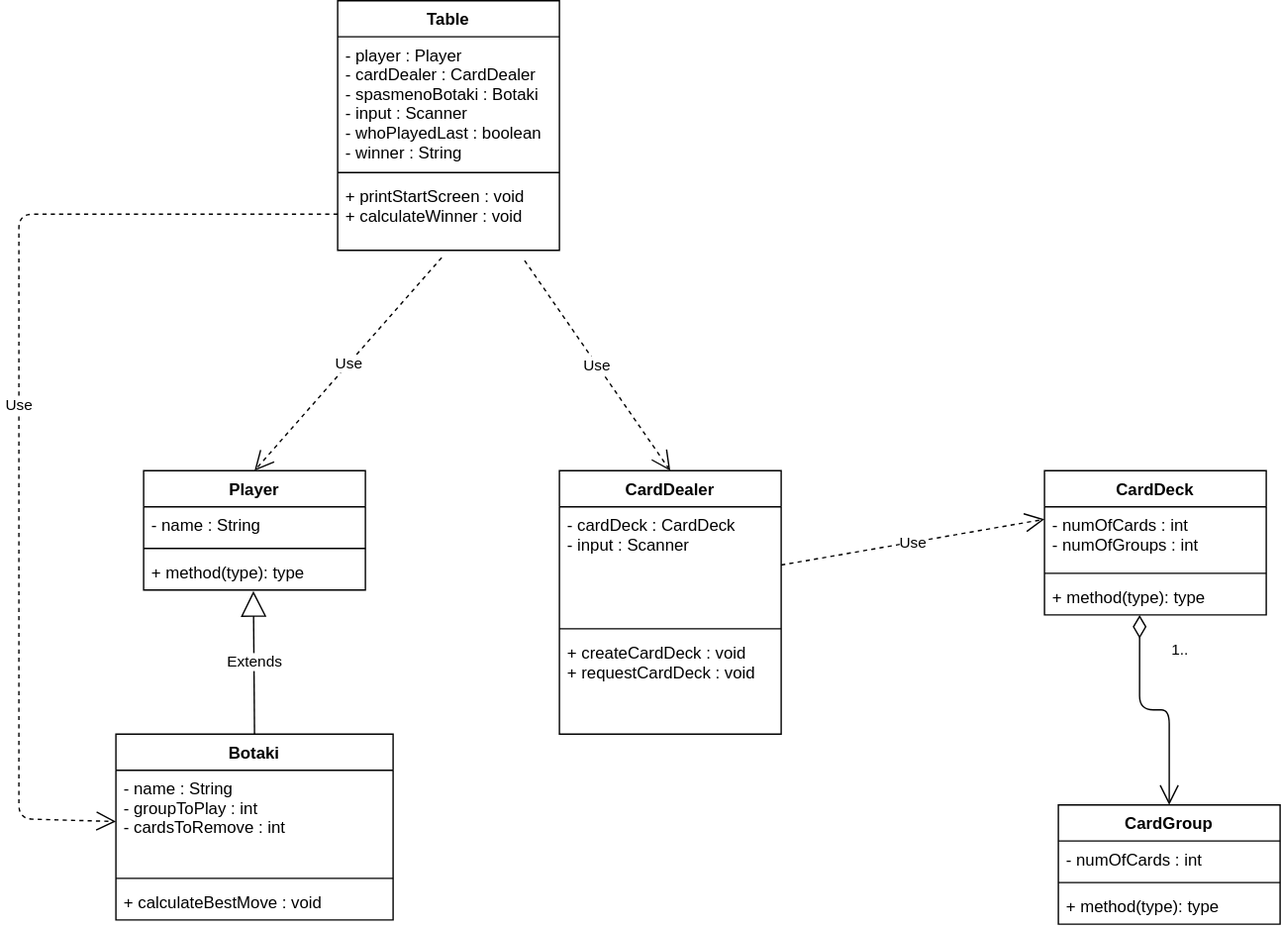
This is ask2/ask2.drawio.svg from philipAthanasopoulos/Card-io, a draw.io export, as it was before one commit. Source tidied: cells renumbered, new cells last; positions are measured from the earlier drawing's top-left corner, leaving out a move shared by most shapes.
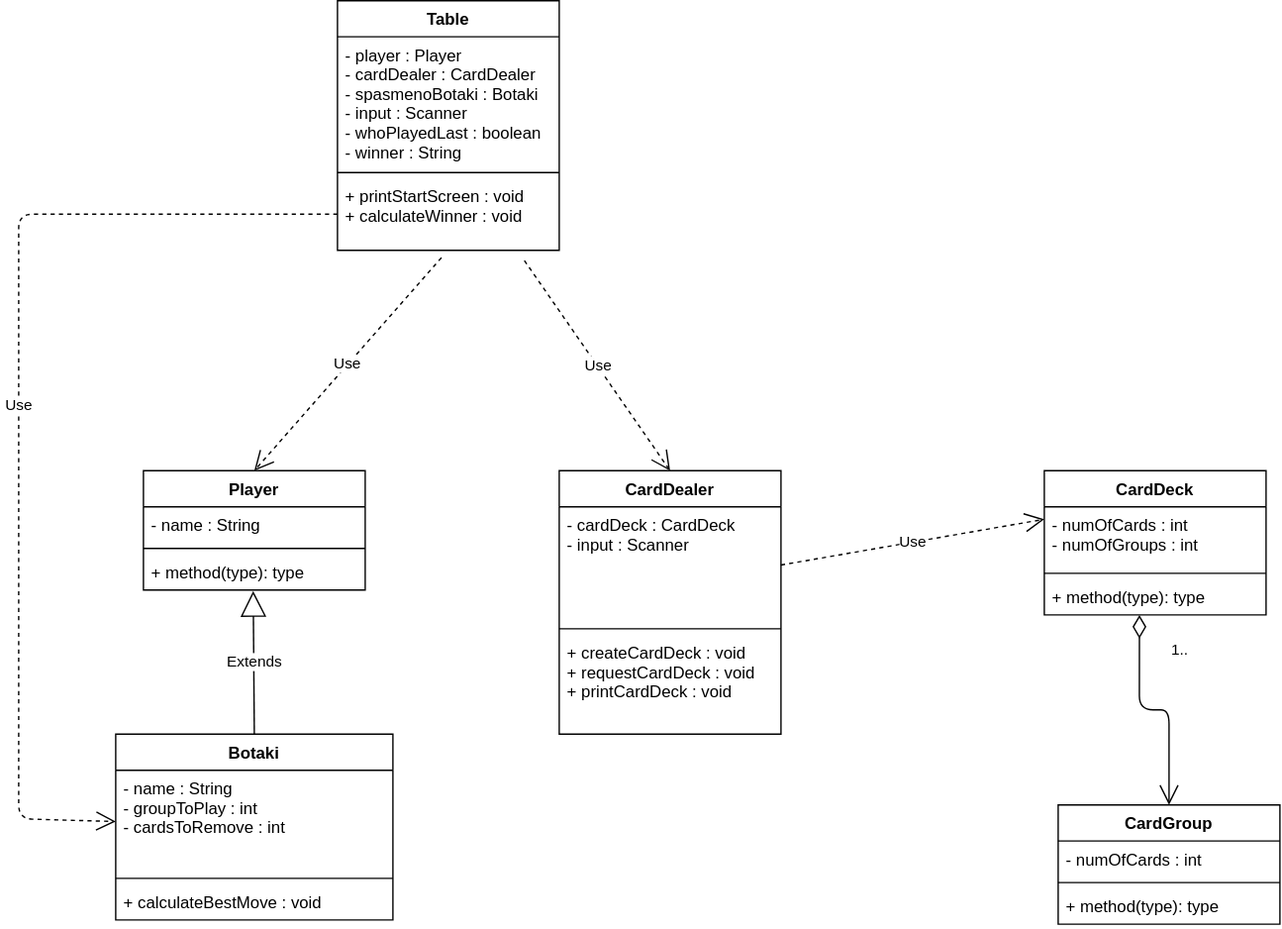
Above is the later version.

Commit message:
fixed printCardDeck and UML

The edit, as a diff of the source:
```diff
@@ -38,7 +38,7 @@
     <mxCell id="13" style="line;strokeWidth=1;fillColor=none;align=left;verticalAlign=middle;spacingTop=-1;spacingLeft=3;spacingRight=3;labelPosition=right;strokeColor=inherit;" parent="11" vertex="1">
       <mxGeometry y="110" width="160" height="8" as="geometry" />
     </mxCell>
-    <mxCell id="14" value="+ createCardDeck : void&#10;+ requestCardDeck : void&#10;" style="text;strokeColor=none;fillColor=none;align=left;verticalAlign=top;spacingLeft=4;spacingRight=4;overflow=hidden;" parent="11" vertex="1">
+    <mxCell id="14" value="+ createCardDeck : void&#10;+ requestCardDeck : void&#10;+ printCardDeck : void&#10;" style="text;strokeColor=none;fillColor=none;align=left;verticalAlign=top;spacingLeft=4;spacingRight=4;overflow=hidden;" parent="11" vertex="1">
       <mxGeometry y="118" width="160" height="72" as="geometry" />
     </mxCell>
     <mxCell id="15" value="CardDeck" style="swimlane;fontStyle=1;align=center;verticalAlign=top;horizontal=1;startSize=26;" parent="1" vertex="1">
```
